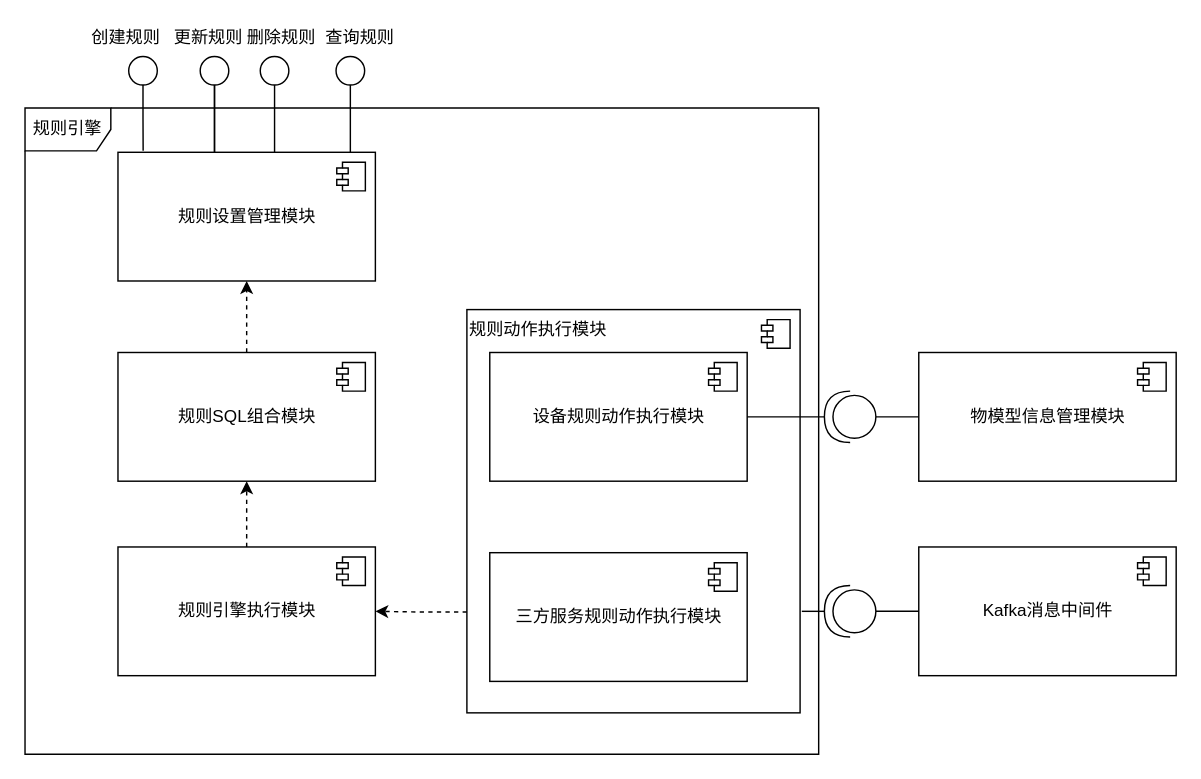
The draw.io diagram 规则引擎系统组件图.drawio in wjwzero/DesignDrawing-, before the edit. Source tidied: cells renumbered, new cells numbered last; positions are measured from the earlier drawing's top-left corner, leaving out a move shared by most shapes. Both pictures are drawn from the tidied source at 143%, with x=0, y=0 at pixel (24, 24).
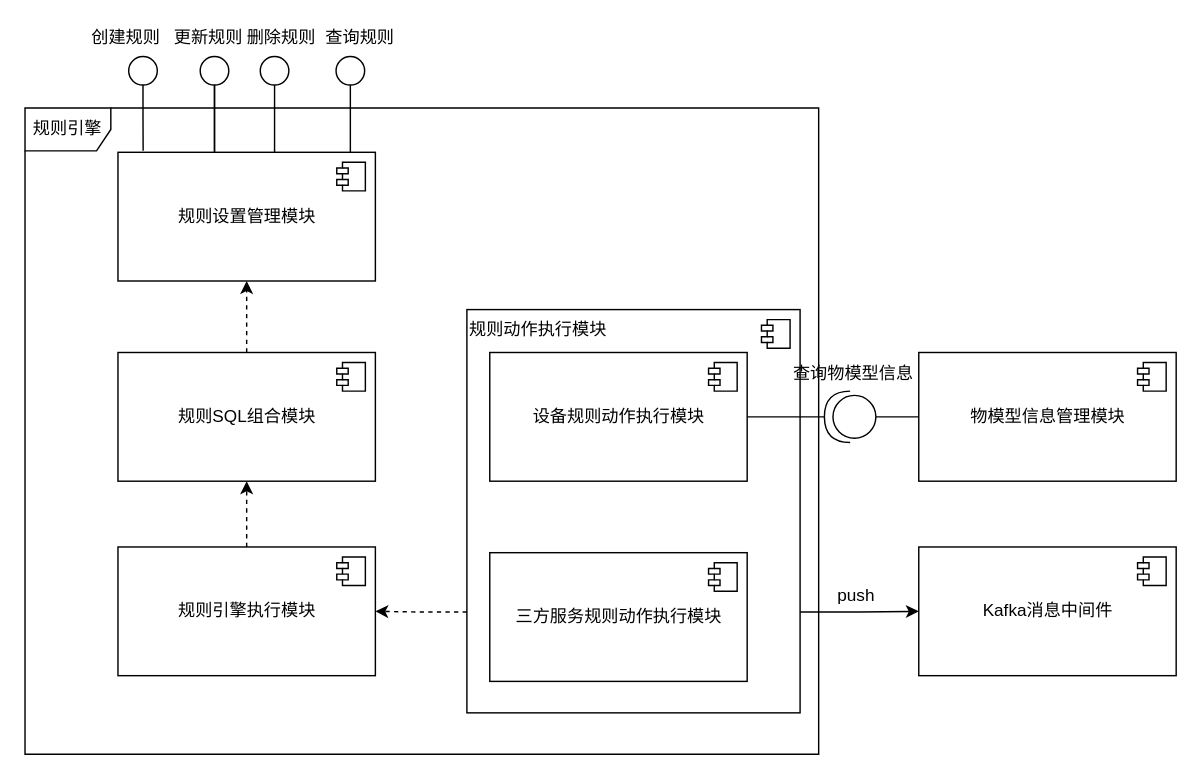
After the change.

Commit message (it also covers changes not shown here):
更新规则引擎系统组件图.drawio

Unchanged cells that the change refers to:
```xml
<mxCell id="4" value="&lt;div style=&quot;&quot;&gt;&lt;span&gt;规则动作执行模块&lt;/span&gt;&lt;/div&gt;" style="html=1;align=left;verticalAlign=top;" parent="1" vertex="1">
  <mxGeometry x="309" y="199" width="233" height="282" as="geometry" />
</mxCell>
<mxCell id="20" value="Kafka消息中间件" style="html=1;" parent="1" vertex="1">
  <mxGeometry x="625" y="365" width="180" height="90" as="geometry" />
</mxCell>
```

Change to the diagram source:
```diff
@@
+    <mxCell id="41" style="edgeStyle=orthogonalEdgeStyle;rounded=0;jettySize=auto;html=1;exitX=1;exitY=0.75;exitDx=0;exitDy=0;" parent="1" edge="1" source="4" target="20">
+      <mxGeometry relative="1" as="geometry" />
+    </mxCell>
@@
-    <mxCell id="25" style="edgeStyle=orthogonalEdgeStyle;rounded=0;jettySize=auto;html=1;endArrow=none;endFill=0;" parent="1" edge="1" source="27" target="20">
-      <mxGeometry relative="1" as="geometry" />
-    </mxCell>
-    <mxCell id="26" style="edgeStyle=orthogonalEdgeStyle;rounded=0;jettySize=auto;html=1;exitX=1;exitY=0.5;exitDx=0;exitDy=0;exitPerimeter=0;entryX=1.005;entryY=0.749;entryDx=0;entryDy=0;entryPerimeter=0;endArrow=none;endFill=0;" parent="1" edge="1" source="27" target="4">
-      <mxGeometry relative="1" as="geometry" />
-    </mxCell>
-    <mxCell id="27" style="shape=providedRequiredInterface;html=1;verticalLabelPosition=bottom;direction=west;" parent="1" vertex="1">
-      <mxGeometry x="559" y="392" width="36" height="36" as="geometry" />
-    </mxCell>
@@
+    <mxCell id="42" value="查询物模型信息" style="text;html=1;align=center;verticalAlign=middle;" parent="1" vertex="1">
+      <mxGeometry x="532" y="235" width="94" height="18" as="geometry" />
+    </mxCell>
+    <mxCell id="43" value="push" style="text;html=1;align=center;verticalAlign=middle;" parent="1" vertex="1">
+      <mxGeometry x="563" y="390" width="36" height="18" as="geometry" />
+    </mxCell>
```
